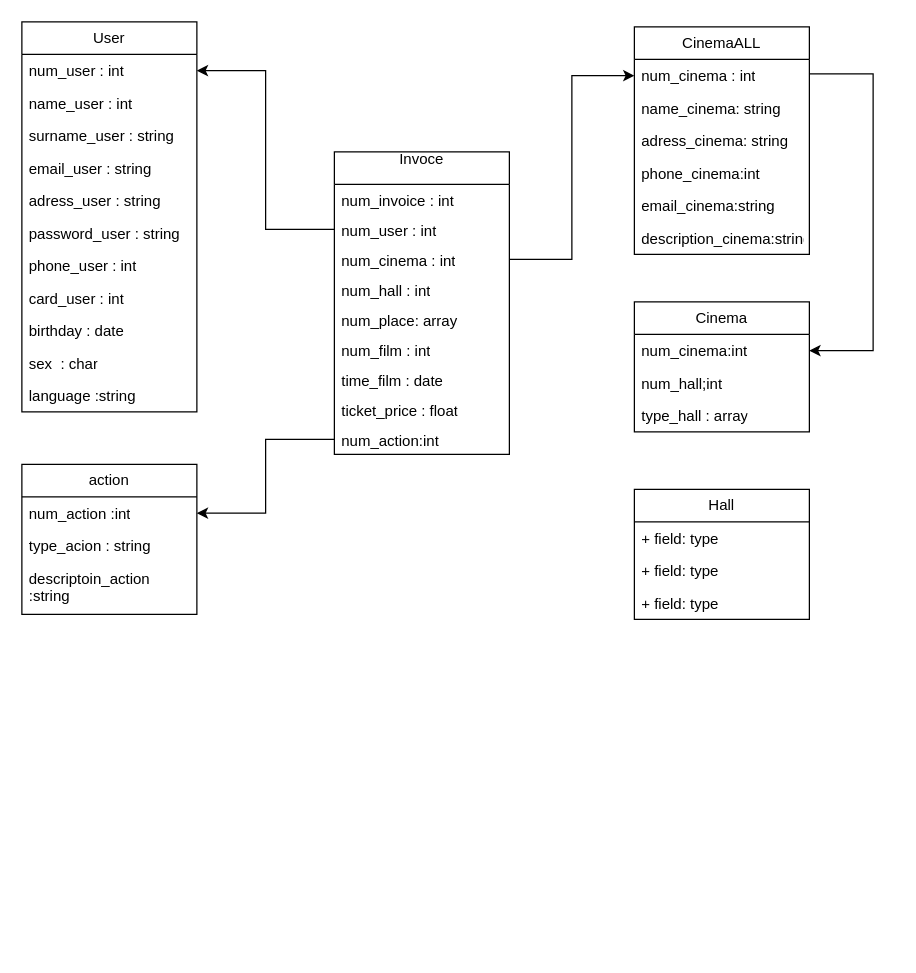
The draw.io diagram test-task/Диаграмма без названия.drawio in IvanKasiananko/study-python, before the edit. Source tidied: cells renumbered, new cells numbered last; positions are measured from the earlier drawing's top-left corner, leaving out a move shared by most shapes. Both pictures are drawn from the tidied source at 125%, with x=0, y=0 at pixel (21, 21).
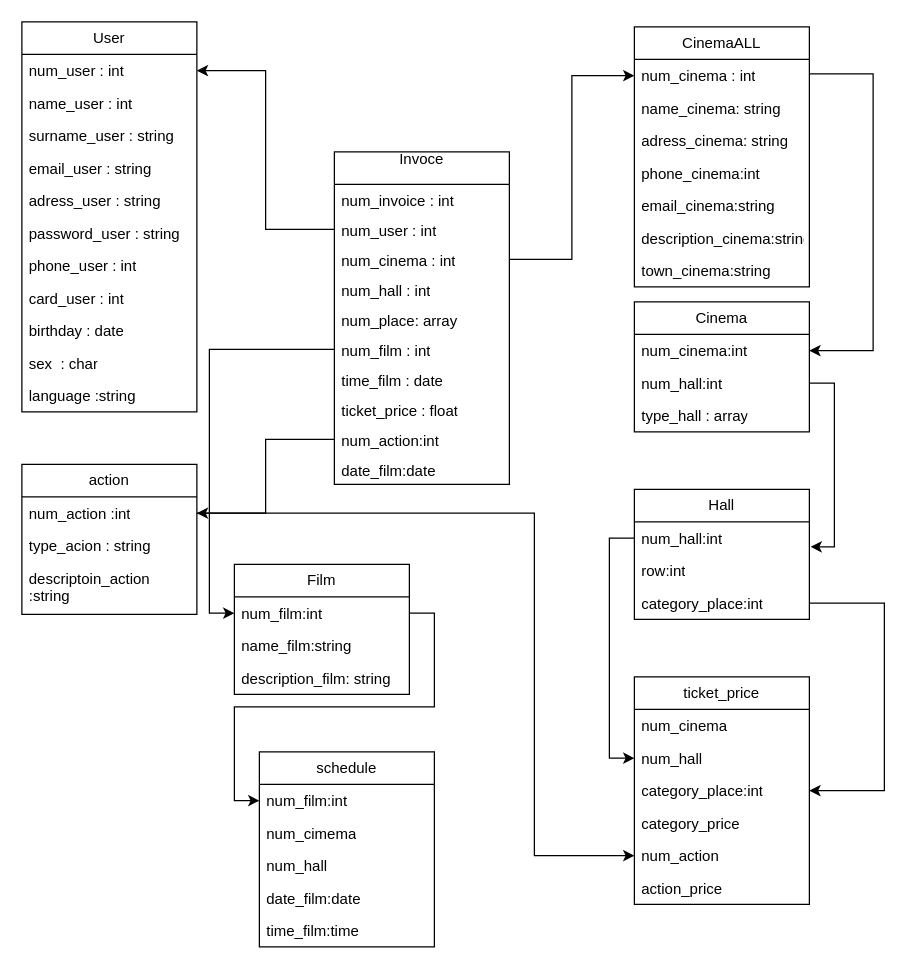
The same diagram, later.

Unchanged cells that the change refers to:
```xml
<mxCell id="8" value="num_film : int" style="text;strokeColor=none;fillColor=none;align=left;verticalAlign=top;spacingLeft=4;spacingRight=4;overflow=hidden;points=[[0,0.5],[1,0.5]];portConstraint=eastwest;whiteSpace=wrap;html=1;" parent="2" vertex="1">
  <mxGeometry y="146" width="140" height="24" as="geometry" />
</mxCell>
<mxCell id="33" value="Cinema" style="swimlane;fontStyle=0;horizontal=1;startSize=26;fillColor=none;whiteSpace=wrap;html=1;" parent="1" vertex="1">
  <mxGeometry x="490" y="224" width="140" height="104" as="geometry" />
</mxCell>
<mxCell id="38" value="num_action :int&lt;div&gt;&lt;br&gt;&lt;/div&gt;" style="text;strokeColor=none;fillColor=none;align=left;verticalAlign=top;spacingLeft=4;spacingRight=4;overflow=hidden;points=[[0,0.5],[1,0.5]];portConstraint=eastwest;whiteSpace=wrap;html=1;" parent="37" vertex="1">
  <mxGeometry y="26" width="140" height="26" as="geometry" />
</mxCell>
<mxCell id="43" value="Hall" style="swimlane;fontStyle=0;horizontal=1;startSize=26;fillColor=none;whiteSpace=wrap;html=1;" parent="1" vertex="1">
  <mxGeometry x="490" y="374" width="140" height="104" as="geometry" />
</mxCell>
```

The edit, as a diff of the source:
```diff
@@
     <mxCell id="2" value="Invoce&lt;div&gt;&lt;br&gt;&lt;/div&gt;" style="swimlane;fontStyle=0;horizontal=1;startSize=26;fillColor=none;whiteSpace=wrap;html=1;" parent="1" vertex="1">
-      <mxGeometry x="250" y="104" width="140" height="242" as="geometry" />
+      <mxGeometry x="250" y="104" width="140" height="266" as="geometry" />
     </mxCell>
@@
+    <mxCell id="47" value="&lt;div&gt;date_film:date&lt;/div&gt;" style="text;strokeColor=none;fillColor=none;align=left;verticalAlign=top;spacingLeft=4;spacingRight=4;overflow=hidden;whiteSpace=wrap;html=1;" parent="2" vertex="1">
+      <mxGeometry y="242" width="140" height="24" as="geometry" />
+    </mxCell>
@@
     <mxCell id="25" value="CinemaALL" style="swimlane;fontStyle=0;horizontal=1;startSize=26;fillColor=none;whiteSpace=wrap;html=1;" parent="1" vertex="1">
-      <mxGeometry x="490" y="4" width="140" height="182" as="geometry" />
+      <mxGeometry x="490" y="4" width="140" height="208" as="geometry" />
     </mxCell>
@@
+    <mxCell id="48" value="town_cinema:string" style="text;strokeColor=none;fillColor=none;align=left;verticalAlign=top;spacingLeft=4;spacingRight=4;overflow=hidden;whiteSpace=wrap;html=1;" parent="25" vertex="1">
+      <mxGeometry y="182" width="140" height="26" as="geometry" />
+    </mxCell>
@@
-    <mxCell id="35" value="num_hall;int" style="text;strokeColor=none;fillColor=none;align=left;verticalAlign=top;spacingLeft=4;spacingRight=4;overflow=hidden;points=[[0,0.5],[1,0.5]];portConstraint=eastwest;whiteSpace=wrap;html=1;" parent="33" vertex="1">
+    <mxCell id="35" value="num_hall:int" style="text;strokeColor=none;fillColor=none;align=left;verticalAlign=top;spacingLeft=4;spacingRight=4;overflow=hidden;points=[[0,0.5],[1,0.5]];portConstraint=eastwest;whiteSpace=wrap;html=1;" parent="33" vertex="1">
       <mxGeometry y="52" width="140" height="26" as="geometry" />
     </mxCell>
@@
-    <mxCell id="44" value="+ field: type" style="text;strokeColor=none;fillColor=none;align=left;verticalAlign=top;spacingLeft=4;spacingRight=4;overflow=hidden;points=[[0,0.5],[1,0.5]];portConstraint=eastwest;whiteSpace=wrap;html=1;" parent="43" vertex="1">
+    <mxCell id="44" value="num_hall:int" style="text;strokeColor=none;fillColor=none;align=left;verticalAlign=top;spacingLeft=4;spacingRight=4;overflow=hidden;points=[[0,0.5],[1,0.5]];portConstraint=eastwest;whiteSpace=wrap;html=1;" parent="43" vertex="1">
       <mxGeometry y="26" width="140" height="26" as="geometry" />
     </mxCell>
-    <mxCell id="45" value="+ field: type" style="text;strokeColor=none;fillColor=none;align=left;verticalAlign=top;spacingLeft=4;spacingRight=4;overflow=hidden;whiteSpace=wrap;html=1;" parent="43" vertex="1">
+    <mxCell id="45" value="row:int" style="text;strokeColor=none;fillColor=none;align=left;verticalAlign=top;spacingLeft=4;spacingRight=4;overflow=hidden;whiteSpace=wrap;html=1;" parent="43" vertex="1">
       <mxGeometry y="52" width="140" height="26" as="geometry" />
     </mxCell>
-    <mxCell id="46" value="+ field: type" style="text;strokeColor=none;fillColor=none;align=left;verticalAlign=top;spacingLeft=4;spacingRight=4;overflow=hidden;points=[[0,0.5],[1,0.5]];portConstraint=eastwest;whiteSpace=wrap;html=1;" parent="43" vertex="1">
+    <mxCell id="46" value="category_place:int" style="text;strokeColor=none;fillColor=none;align=left;verticalAlign=top;spacingLeft=4;spacingRight=4;overflow=hidden;points=[[0,0.5],[1,0.5]];portConstraint=eastwest;whiteSpace=wrap;html=1;" parent="43" vertex="1">
       <mxGeometry y="78" width="140" height="26" as="geometry" />
     </mxCell>
+    <mxCell id="49" value="Film" style="swimlane;fontStyle=0;horizontal=1;startSize=26;fillColor=none;whiteSpace=wrap;html=1;" parent="1" vertex="1">
+      <mxGeometry x="170" y="434" width="140" height="104" as="geometry" />
+    </mxCell>
+    <mxCell id="50" value="num_film:int" style="text;strokeColor=none;fillColor=none;align=left;verticalAlign=top;spacingLeft=4;spacingRight=4;overflow=hidden;points=[[0,0.5],[1,0.5]];portConstraint=eastwest;whiteSpace=wrap;html=1;" parent="49" vertex="1">
+      <mxGeometry y="26" width="140" height="26" as="geometry" />
+    </mxCell>
+    <mxCell id="51" value="name_film:string" style="text;strokeColor=none;fillColor=none;align=left;verticalAlign=top;spacingLeft=4;spacingRight=4;overflow=hidden;whiteSpace=wrap;html=1;" parent="49" vertex="1">
+      <mxGeometry y="52" width="140" height="26" as="geometry" />
+    </mxCell>
+    <mxCell id="52" value="description_film: string" style="text;strokeColor=none;fillColor=none;align=left;verticalAlign=top;spacingLeft=4;spacingRight=4;overflow=hidden;whiteSpace=wrap;html=1;" parent="49" vertex="1">
+      <mxGeometry y="78" width="140" height="26" as="geometry" />
+    </mxCell>
+    <mxCell id="53" style="edgeStyle=orthogonalEdgeStyle;rounded=0;jettySize=auto;html=1;exitX=0;exitY=0.5;exitDx=0;exitDy=0;entryX=0;entryY=0.5;entryDx=0;entryDy=0;" parent="1" edge="1" source="8" target="50">
+      <mxGeometry relative="1" as="geometry" />
+    </mxCell>
+    <mxCell id="54" value="schedule" style="swimlane;fontStyle=0;horizontal=1;startSize=26;fillColor=none;whiteSpace=wrap;html=1;" parent="1" vertex="1">
+      <mxGeometry x="190" y="584" width="140" height="156" as="geometry" />
+    </mxCell>
+    <mxCell id="55" value="num_film:int" style="text;strokeColor=none;fillColor=none;align=left;verticalAlign=top;spacingLeft=4;spacingRight=4;overflow=hidden;points=[[0,0.5],[1,0.5]];portConstraint=eastwest;whiteSpace=wrap;html=1;" parent="54" vertex="1">
+      <mxGeometry y="26" width="140" height="26" as="geometry" />
+    </mxCell>
+    <mxCell id="56" value="num_cimema" style="text;strokeColor=none;fillColor=none;align=left;verticalAlign=top;spacingLeft=4;spacingRight=4;overflow=hidden;whiteSpace=wrap;html=1;" parent="54" vertex="1">
+      <mxGeometry y="52" width="140" height="26" as="geometry" />
+    </mxCell>
+    <mxCell id="57" value="num_hall" style="text;strokeColor=none;fillColor=none;align=left;verticalAlign=top;spacingLeft=4;spacingRight=4;overflow=hidden;whiteSpace=wrap;html=1;" parent="54" vertex="1">
+      <mxGeometry y="78" width="140" height="26" as="geometry" />
+    </mxCell>
+    <mxCell id="58" value="date_film:date" style="text;strokeColor=none;fillColor=none;align=left;verticalAlign=top;spacingLeft=4;spacingRight=4;overflow=hidden;whiteSpace=wrap;html=1;" parent="54" vertex="1">
+      <mxGeometry y="104" width="140" height="26" as="geometry" />
+    </mxCell>
+    <mxCell id="59" value="time_film:time" style="text;strokeColor=none;fillColor=none;align=left;verticalAlign=top;spacingLeft=4;spacingRight=4;overflow=hidden;whiteSpace=wrap;html=1;" parent="54" vertex="1">
+      <mxGeometry y="130" width="140" height="26" as="geometry" />
+    </mxCell>
+    <mxCell id="60" style="edgeStyle=orthogonalEdgeStyle;rounded=0;jettySize=auto;html=1;entryX=0;entryY=0.5;entryDx=0;entryDy=0;" parent="1" edge="1" source="50" target="55">
+      <mxGeometry relative="1" as="geometry" />
+    </mxCell>
+    <mxCell id="61" value="ticket_price" style="swimlane;fontStyle=0;horizontal=1;startSize=26;fillColor=none;whiteSpace=wrap;html=1;" parent="1" vertex="1">
+      <mxGeometry x="490" y="524" width="140" height="182" as="geometry" />
+    </mxCell>
+    <mxCell id="62" value="num_cinema" style="text;strokeColor=none;fillColor=none;align=left;verticalAlign=top;spacingLeft=4;spacingRight=4;overflow=hidden;whiteSpace=wrap;html=1;" parent="61" vertex="1">
+      <mxGeometry y="26" width="140" height="26" as="geometry" />
+    </mxCell>
+    <mxCell id="63" value="num_hall" style="text;strokeColor=none;fillColor=none;align=left;verticalAlign=top;spacingLeft=4;spacingRight=4;overflow=hidden;points=[[0,0.5],[1,0.5]];portConstraint=eastwest;whiteSpace=wrap;html=1;" parent="61" vertex="1">
+      <mxGeometry y="52" width="140" height="26" as="geometry" />
+    </mxCell>
+    <mxCell id="64" value="category_place:int" style="text;strokeColor=none;fillColor=none;align=left;verticalAlign=top;spacingLeft=4;spacingRight=4;overflow=hidden;points=[[0,0.5],[1,0.5]];portConstraint=eastwest;whiteSpace=wrap;html=1;" parent="61" vertex="1">
+      <mxGeometry y="78" width="140" height="26" as="geometry" />
+    </mxCell>
+    <mxCell id="65" value="category_price" style="text;strokeColor=none;fillColor=none;align=left;verticalAlign=top;spacingLeft=4;spacingRight=4;overflow=hidden;whiteSpace=wrap;html=1;" parent="61" vertex="1">
+      <mxGeometry y="104" width="140" height="26" as="geometry" />
+    </mxCell>
+    <mxCell id="66" value="num_action" style="text;strokeColor=none;fillColor=none;align=left;verticalAlign=top;spacingLeft=4;spacingRight=4;overflow=hidden;points=[[0,0.5],[1,0.5]];portConstraint=eastwest;whiteSpace=wrap;html=1;" parent="61" vertex="1">
+      <mxGeometry y="130" width="140" height="26" as="geometry" />
+    </mxCell>
+    <mxCell id="67" value="action_price" style="text;strokeColor=none;fillColor=none;align=left;verticalAlign=top;spacingLeft=4;spacingRight=4;overflow=hidden;whiteSpace=wrap;html=1;" parent="61" vertex="1">
+      <mxGeometry y="156" width="140" height="26" as="geometry" />
+    </mxCell>
+    <mxCell id="68" style="edgeStyle=orthogonalEdgeStyle;rounded=0;jettySize=auto;html=1;entryX=0;entryY=0.5;entryDx=0;entryDy=0;" parent="1" edge="1" source="38" target="66">
+      <mxGeometry relative="1" as="geometry">
+        <Array as="points">
+          <mxPoint x="410" y="393" />
+          <mxPoint x="410" y="667" />
+        </Array>
+      </mxGeometry>
+    </mxCell>
+    <mxCell id="69" style="edgeStyle=orthogonalEdgeStyle;rounded=0;jettySize=auto;html=1;entryX=0;entryY=0.5;entryDx=0;entryDy=0;" parent="1" edge="1" source="44" target="63">
+      <mxGeometry relative="1" as="geometry" />
+    </mxCell>
+    <mxCell id="70" style="edgeStyle=orthogonalEdgeStyle;rounded=0;jettySize=auto;html=1;entryX=1;entryY=0.5;entryDx=0;entryDy=0;" parent="1" edge="1" source="46" target="64">
+      <mxGeometry relative="1" as="geometry">
+        <Array as="points">
+          <mxPoint x="690" y="465" />
+          <mxPoint x="690" y="615" />
+        </Array>
+      </mxGeometry>
+    </mxCell>
+    <mxCell id="71" style="edgeStyle=orthogonalEdgeStyle;rounded=0;jettySize=auto;html=1;entryX=1.007;entryY=0.769;entryDx=0;entryDy=0;entryPerimeter=0;" parent="1" edge="1" source="35" target="44">
+      <mxGeometry relative="1" as="geometry">
+        <Array as="points">
+          <mxPoint x="650" y="289" />
+          <mxPoint x="650" y="420" />
+        </Array>
+      </mxGeometry>
+    </mxCell>
```
